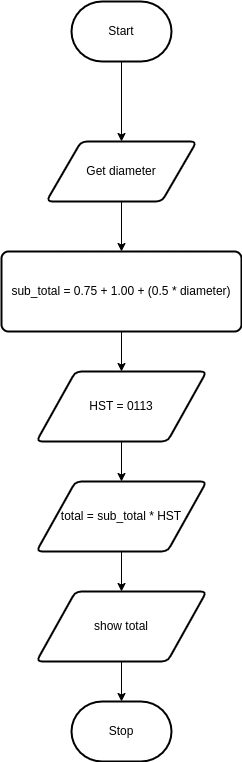
Above: flowchart.png in Huzaifa-Khalid-2/ICS3U-Assigment4-Python (draw.io), before the change. Source tidied: cells renumbered, new cells last; positions are measured from the earlier drawing's top-left corner, leaving out a move shared by most shapes.
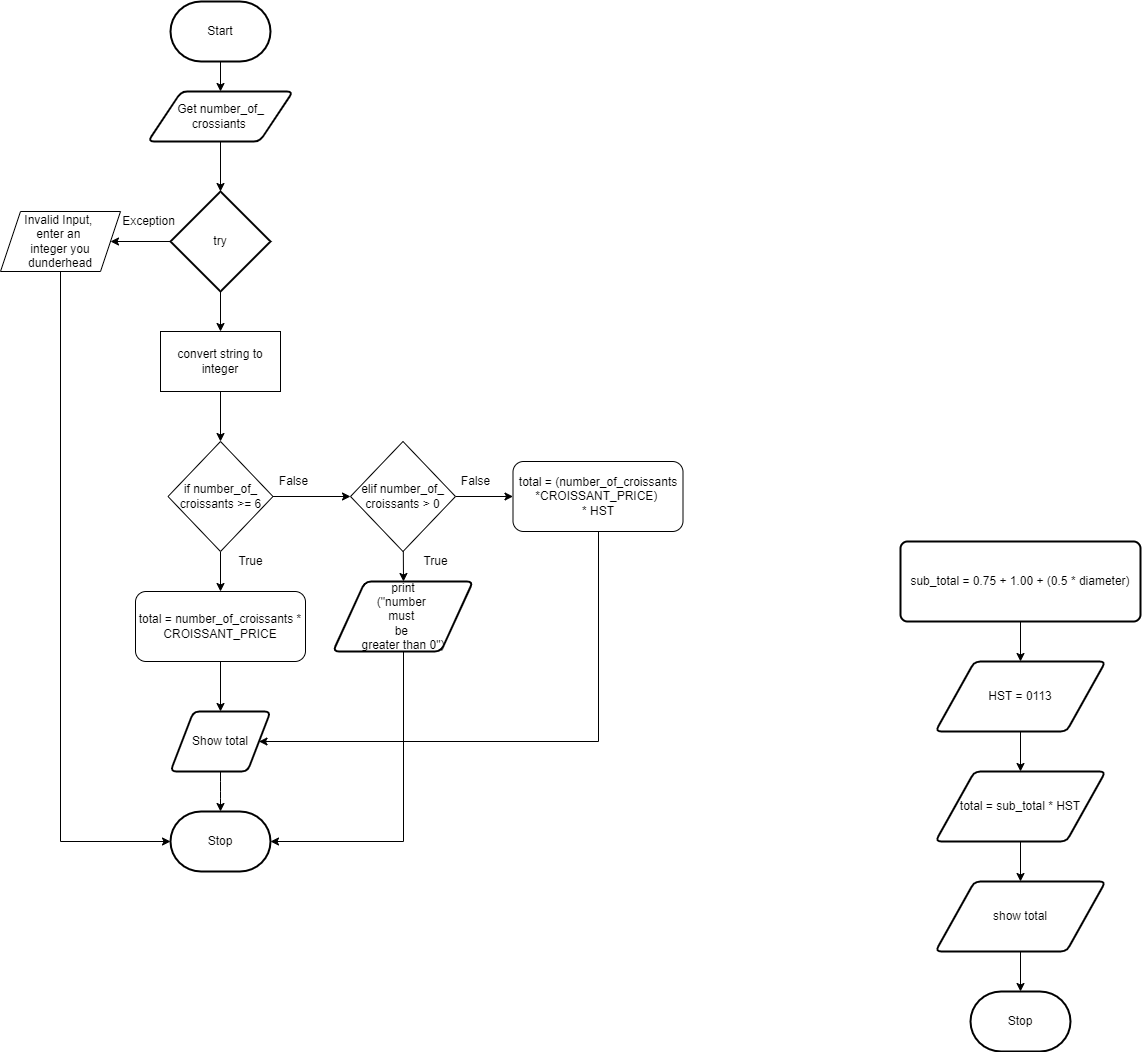
After the commit.

Diff of the diagram source:
```diff
@@ -2,22 +2,12 @@
   <root>
     <mxCell id="0" />
     <mxCell id="1" parent="0" />
-    <mxCell id="2" style="edgeStyle=none;html=1;" parent="1" edge="1" source="3">
-      <mxGeometry relative="1" as="geometry">
-        <mxPoint x="120" y="140" as="targetPoint" />
-      </mxGeometry>
-    </mxCell>
+    <mxCell id="15" style="edgeStyle=none;html=1;" parent="1" edge="1" source="3" target="5">
+      <mxGeometry relative="1" as="geometry" />
+    </mxCell>
     <mxCell id="3" value="Start" style="strokeWidth=2;html=1;shape=mxgraph.flowchart.terminator;whiteSpace=wrap;" parent="1" vertex="1">
-      <mxGeometry x="70" width="100" height="60" as="geometry" />
+      <mxGeometry x="-730" y="-290" width="100" height="60" as="geometry" />
     </mxCell>
-    <mxCell id="4" style="edgeStyle=none;html=1;" parent="1" edge="1" source="5">
-      <mxGeometry relative="1" as="geometry">
-        <mxPoint x="120" y="250" as="targetPoint" />
-      </mxGeometry>
-    </mxCell>
-    <mxCell id="5" value="Get diameter" style="shape=parallelogram;html=1;strokeWidth=2;perimeter=parallelogramPerimeter;whiteSpace=wrap;rounded=1;arcSize=12;size=0.23;" parent="1" vertex="1">
-      <mxGeometry x="45" y="140" width="150" height="60" as="geometry" />
-    </mxCell>
     <mxCell id="6" style="edgeStyle=none;html=1;entryX=0.5;entryY=0;entryDx=0;entryDy=0;" parent="1" edge="1" source="7" target="9">
       <mxGeometry relative="1" as="geometry" />
     </mxCell>
@@ -45,5 +35,120 @@
     <mxCell id="14" value="Stop" style="strokeWidth=2;html=1;shape=mxgraph.flowchart.terminator;whiteSpace=wrap;" parent="1" vertex="1">
       <mxGeometry x="70" y="700" width="100" height="60" as="geometry" />
     </mxCell>
+    <mxCell id="5" value="Get number_of_&lt;br&gt;crossiants&amp;nbsp;" style="shape=parallelogram;html=1;strokeWidth=2;perimeter=parallelogramPerimeter;whiteSpace=wrap;rounded=1;arcSize=12;size=0.23;" parent="1" vertex="1">
+      <mxGeometry x="-752.5" y="-200" width="145" height="50" as="geometry" />
+    </mxCell>
+    <mxCell id="16" style="endArrow=classic;html=1;exitX=0.5;exitY=1;exitDx=0;exitDy=0;" parent="1" edge="1" source="5" target="19">
+      <mxGeometry relative="1" as="geometry" />
+    </mxCell>
+    <mxCell id="17" style="edgeStyle=none;html=1;" parent="1" edge="1" source="19">
+      <mxGeometry relative="1" as="geometry">
+        <mxPoint x="-680" y="40" as="targetPoint" />
+      </mxGeometry>
+    </mxCell>
+    <mxCell id="18" style="edgeStyle=none;html=1;" parent="1" edge="1" source="19">
+      <mxGeometry relative="1" as="geometry">
+        <mxPoint x="-790" y="-50" as="targetPoint" />
+      </mxGeometry>
+    </mxCell>
+    <mxCell id="19" value="try" style="strokeWidth=2;html=1;shape=mxgraph.flowchart.decision;whiteSpace=wrap;" parent="1" vertex="1">
+      <mxGeometry x="-730" y="-100" width="100" height="100" as="geometry" />
+    </mxCell>
+    <mxCell id="20" style="edgeStyle=none;html=1;" parent="1" edge="1" source="21">
+      <mxGeometry relative="1" as="geometry">
+        <mxPoint x="-680" y="150" as="targetPoint" />
+      </mxGeometry>
+    </mxCell>
+    <mxCell id="21" value="&lt;span&gt;convert string to&lt;/span&gt;&lt;br&gt;&lt;span&gt;&amp;nbsp;integer&amp;nbsp;&lt;/span&gt;" style="rounded=0;whiteSpace=wrap;html=1;" parent="1" vertex="1">
+      <mxGeometry x="-740" y="40" width="120" height="60" as="geometry" />
+    </mxCell>
+    <mxCell id="22" style="edgeStyle=elbowEdgeStyle;html=1;rounded=0;entryX=0;entryY=0.5;entryDx=0;entryDy=0;entryPerimeter=0;" parent="1" edge="1" source="23" target="43">
+      <mxGeometry relative="1" as="geometry">
+        <Array as="points">
+          <mxPoint x="-840" y="240" />
+        </Array>
+      </mxGeometry>
+    </mxCell>
+    <mxCell id="23" value="Invalid Input, &lt;br&gt;enter an &lt;br&gt;integer you dunderhead" style="shape=parallelogram;perimeter=parallelogramPerimeter;whiteSpace=wrap;html=1;fixedSize=1;" parent="1" vertex="1">
+      <mxGeometry x="-900" y="-80" width="120" height="60" as="geometry" />
+    </mxCell>
+    <mxCell id="24" style="edgeStyle=none;html=1;" parent="1" edge="1" source="26">
+      <mxGeometry relative="1" as="geometry">
+        <mxPoint x="-680" y="300" as="targetPoint" />
+      </mxGeometry>
+    </mxCell>
+    <mxCell id="25" style="edgeStyle=none;html=1;" parent="1" edge="1" source="26">
+      <mxGeometry relative="1" as="geometry">
+        <mxPoint x="-550" y="205" as="targetPoint" />
+      </mxGeometry>
+    </mxCell>
+    <mxCell id="26" value="if number_of_&lt;br&gt;croissants &amp;gt;= 6" style="rhombus;whiteSpace=wrap;html=1;direction=south;" parent="1" vertex="1">
+      <mxGeometry x="-732.5" y="150" width="105" height="110" as="geometry" />
+    </mxCell>
+    <mxCell id="27" style="edgeStyle=none;html=1;" parent="1" edge="1" source="28">
+      <mxGeometry relative="1" as="geometry">
+        <mxPoint x="-680" y="420" as="targetPoint" />
+      </mxGeometry>
+    </mxCell>
+    <mxCell id="28" value="total = number_of_croissants * CROISSANT_PRICE" style="rounded=1;whiteSpace=wrap;html=1;" parent="1" vertex="1">
+      <mxGeometry x="-765" y="300" width="170" height="70" as="geometry" />
+    </mxCell>
+    <mxCell id="29" value="True" style="text;html=1;align=center;verticalAlign=middle;strokeColor=none;fillColor=none;" parent="1" vertex="1">
+      <mxGeometry x="-670" y="260" width="40" height="20" as="geometry" />
+    </mxCell>
+    <mxCell id="30" value="False" style="text;html=1;align=center;verticalAlign=middle;strokeColor=none;fillColor=none;" parent="1" vertex="1">
+      <mxGeometry x="-627.5" y="180" width="40" height="20" as="geometry" />
+    </mxCell>
+    <mxCell id="31" style="edgeStyle=none;html=1;" parent="1" edge="1" source="33">
+      <mxGeometry relative="1" as="geometry">
+        <mxPoint x="-497" y="290" as="targetPoint" />
+      </mxGeometry>
+    </mxCell>
+    <mxCell id="32" style="edgeStyle=none;html=1;entryX=0;entryY=0.5;entryDx=0;entryDy=0;" parent="1" edge="1" source="33" target="41">
+      <mxGeometry relative="1" as="geometry" />
+    </mxCell>
+    <mxCell id="33" value="elif number_of_&lt;br&gt;croissants &amp;gt; 0" style="rhombus;whiteSpace=wrap;html=1;direction=south;" parent="1" vertex="1">
+      <mxGeometry x="-550" y="150" width="105" height="110" as="geometry" />
+    </mxCell>
+    <mxCell id="34" value="True" style="text;html=1;align=center;verticalAlign=middle;strokeColor=none;fillColor=none;" parent="1" vertex="1">
+      <mxGeometry x="-485" y="260" width="40" height="20" as="geometry" />
+    </mxCell>
+    <mxCell id="35" style="edgeStyle=elbowEdgeStyle;html=1;" parent="1" edge="1" source="36">
+      <mxGeometry relative="1" as="geometry">
+        <mxPoint x="-680" y="520" as="targetPoint" />
+      </mxGeometry>
+    </mxCell>
+    <mxCell id="36" value="Show total" style="shape=parallelogram;html=1;strokeWidth=2;perimeter=parallelogramPerimeter;whiteSpace=wrap;rounded=1;arcSize=12;size=0.23;" parent="1" vertex="1">
+      <mxGeometry x="-730" y="420" width="100" height="60" as="geometry" />
+    </mxCell>
+    <mxCell id="37" style="edgeStyle=elbowEdgeStyle;rounded=0;html=1;strokeColor=default;entryX=1;entryY=0.5;entryDx=0;entryDy=0;entryPerimeter=0;" parent="1" edge="1" source="38" target="43">
+      <mxGeometry relative="1" as="geometry">
+        <Array as="points">
+          <mxPoint x="-497" y="470" />
+        </Array>
+      </mxGeometry>
+    </mxCell>
+    <mxCell id="38" value="print&lt;br&gt;(&quot;number &lt;br&gt;must &lt;br&gt;be &lt;br&gt;greater than 0&quot;)" style="shape=parallelogram;html=1;strokeWidth=2;perimeter=parallelogramPerimeter;whiteSpace=wrap;rounded=1;arcSize=12;size=0.23;" parent="1" vertex="1">
+      <mxGeometry x="-567.5" y="290" width="140" height="70" as="geometry" />
+    </mxCell>
+    <mxCell id="39" value="False" style="text;html=1;align=center;verticalAlign=middle;strokeColor=none;fillColor=none;" parent="1" vertex="1">
+      <mxGeometry x="-445" y="180" width="40" height="20" as="geometry" />
+    </mxCell>
+    <mxCell id="40" style="edgeStyle=elbowEdgeStyle;html=1;entryX=1;entryY=0.5;entryDx=0;entryDy=0;strokeColor=default;rounded=0;" parent="1" edge="1" source="41" target="36">
+      <mxGeometry relative="1" as="geometry">
+        <Array as="points">
+          <mxPoint x="-302" y="370" />
+        </Array>
+      </mxGeometry>
+    </mxCell>
+    <mxCell id="41" value="total = (number_of_croissants *CROISSANT_PRICE)&amp;nbsp;&lt;br&gt;* HST" style="rounded=1;whiteSpace=wrap;html=1;" parent="1" vertex="1">
+      <mxGeometry x="-387.5" y="170" width="170" height="70" as="geometry" />
+    </mxCell>
+    <mxCell id="42" value="Exception" style="text;html=1;align=center;verticalAlign=middle;strokeColor=none;fillColor=none;" parent="1" vertex="1">
+      <mxGeometry x="-787.5" y="-80" width="70" height="20" as="geometry" />
+    </mxCell>
+    <mxCell id="43" value="Stop" style="strokeWidth=2;html=1;shape=mxgraph.flowchart.terminator;whiteSpace=wrap;" parent="1" vertex="1">
+      <mxGeometry x="-730" y="520" width="100" height="60" as="geometry" />
+    </mxCell>
   </root>
 </mxGraphModel>
```
